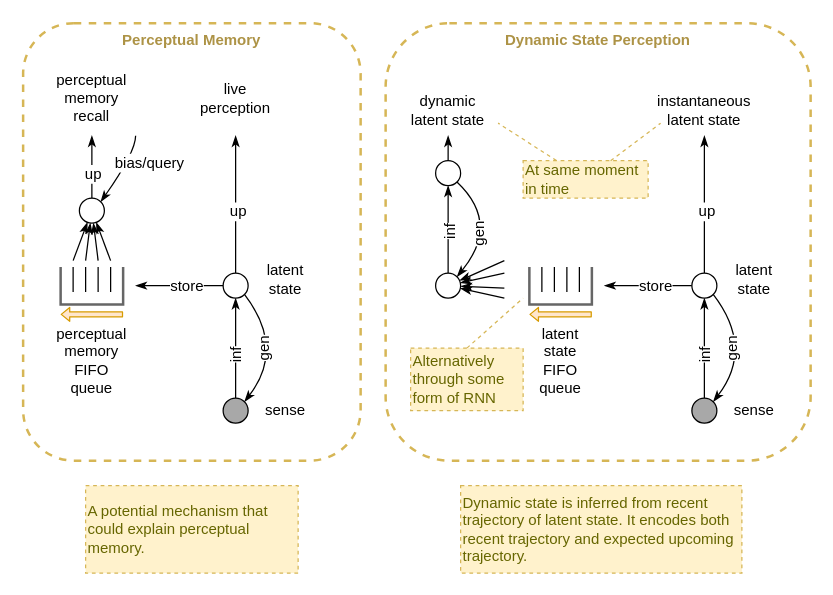
Earlier version of the draw.io diagram page "dynamic-state" (6 of 10) of files/Focusing-on-the-why.drawio (malcolmlett/malcolmlett.github.io). Source tidied: cells renumbered, new cells numbered last; positions are measured from the earlier drawing's top-left corner, leaving out a move shared by most shapes. Both pictures are drawn from the tidied source at 125%, with x=0, y=0 at pixel (22, 22).
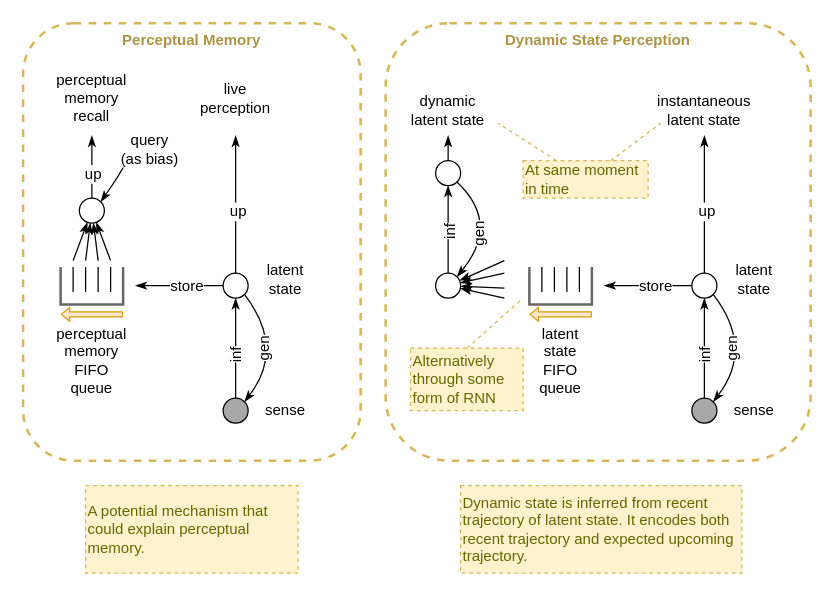
Above is the later version.

The change refers to these unchanged cells:
```xml
<mxCell id="30" style="endArrow=classicThin;html=1;strokeWidth=1;fontSize=12;entryX=1;entryY=0;entryDx=0;entryDy=0;curved=1;endFill=1;" parent="1" edge="1" target="29">
  <mxGeometry relative="1" as="geometry">
    <mxPoint x="90" y="90" as="sourcePoint" />
    <Array as="points">
      <mxPoint x="90" y="103" />
    </Array>
  </mxGeometry>
</mxCell>
```

Change to the diagram source:
```diff
@@
-    <mxCell id="31" value="bias/query" style="edgeLabel;html=1;align=center;verticalAlign=middle;fontSize=12;rotation=0;" parent="30" vertex="1">
+    <mxCell id="31" value="query&lt;br&gt;(as bias)" style="edgeLabel;html=1;align=center;verticalAlign=middle;fontSize=12;rotation=0;" parent="30" vertex="1">
       <mxGeometry x="0.2" y="1" relative="1" as="geometry">
-        <mxPoint x="23" y="-12.2" as="offset" />
+        <mxPoint x="23" y="-23.2" as="offset" />
       </mxGeometry>
     </mxCell>
```
